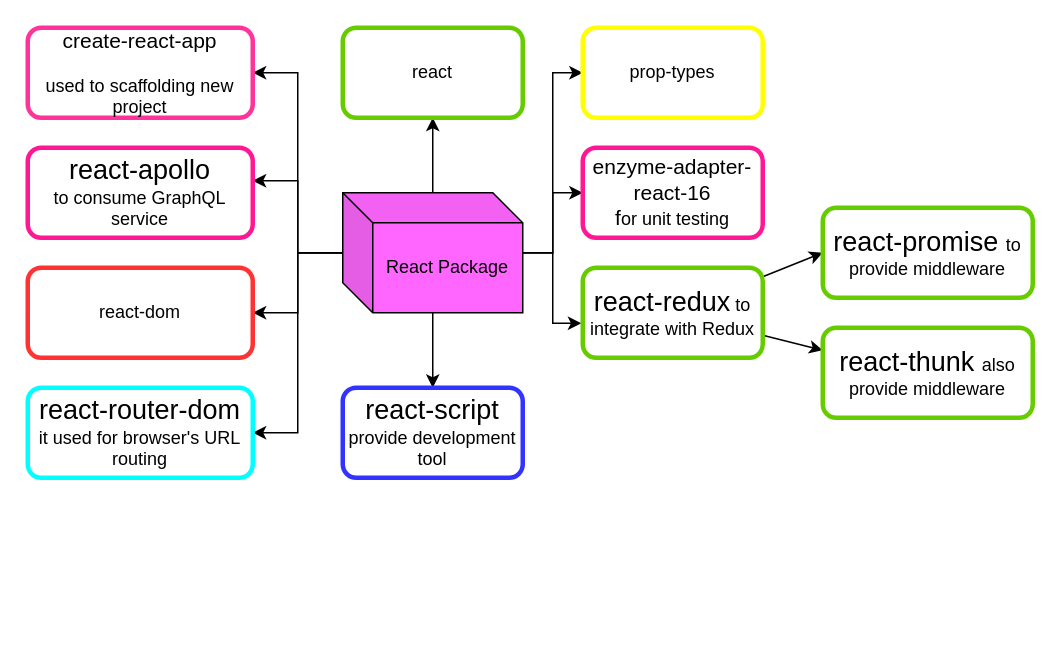
This is My Articles/react/React Packages.drawio from anbarasan-raji/books, a draw.io file, before an edit. Source tidied: cells renumbered, new cells numbered last; positions are measured from the earlier drawing's top-left corner, leaving out a move shared by most shapes. Both pictures are drawn from the tidied source at 150%, with x=0, y=0 at pixel (27, 27).
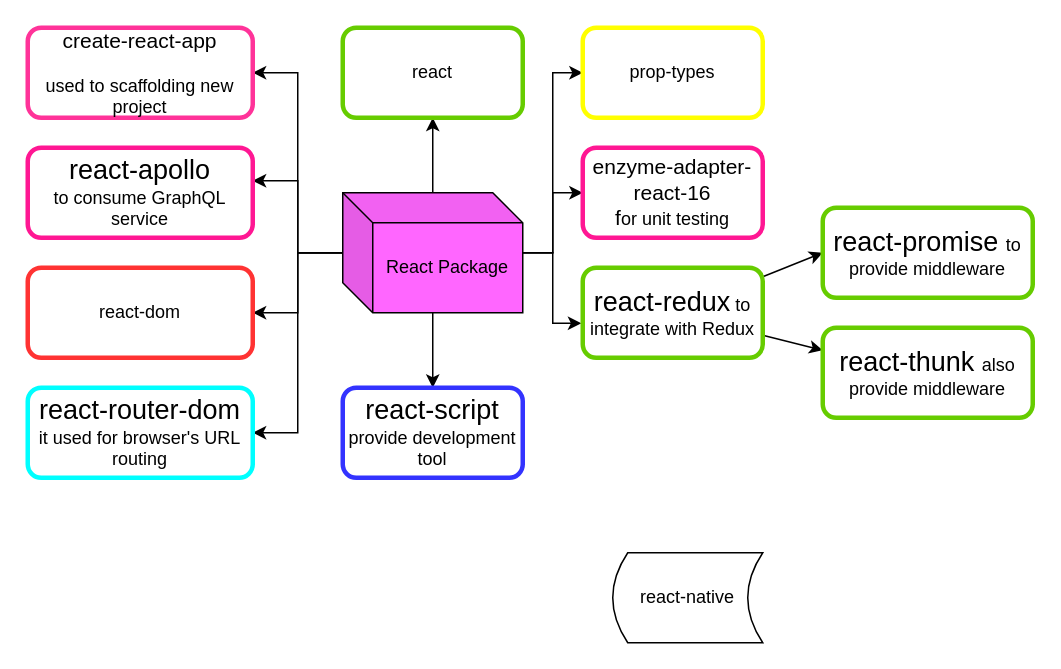
After the change.

Change to the diagram source:
```diff
@@
+    <mxCell id="25" value="react-native" style="shape=dataStorage;whiteSpace=wrap;html=1;" parent="1" vertex="1">
+      <mxGeometry x="390" y="350" width="100" height="60" as="geometry" />
+    </mxCell>
```
